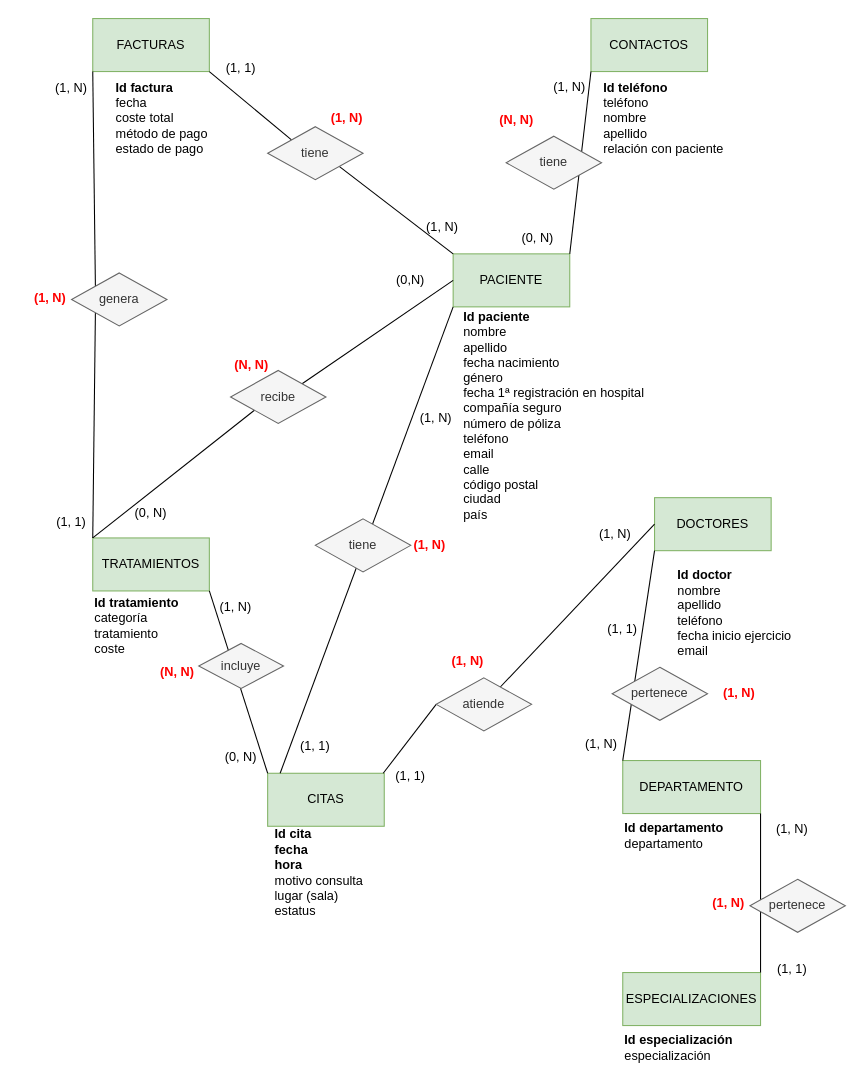
mocihu-source/CIFO-laVioleta-SQL-BBDD keeps this draw.io diagram as Proyecto/Hospital management.drawio. Above is the earlier version. Source tidied: cells renumbered, new cells numbered last; positions are measured from the earlier drawing's top-left corner, leaving out a move shared by most shapes. Both pictures are drawn from the tidied source at 106%, with x=0, y=0 at pixel (18, 18).
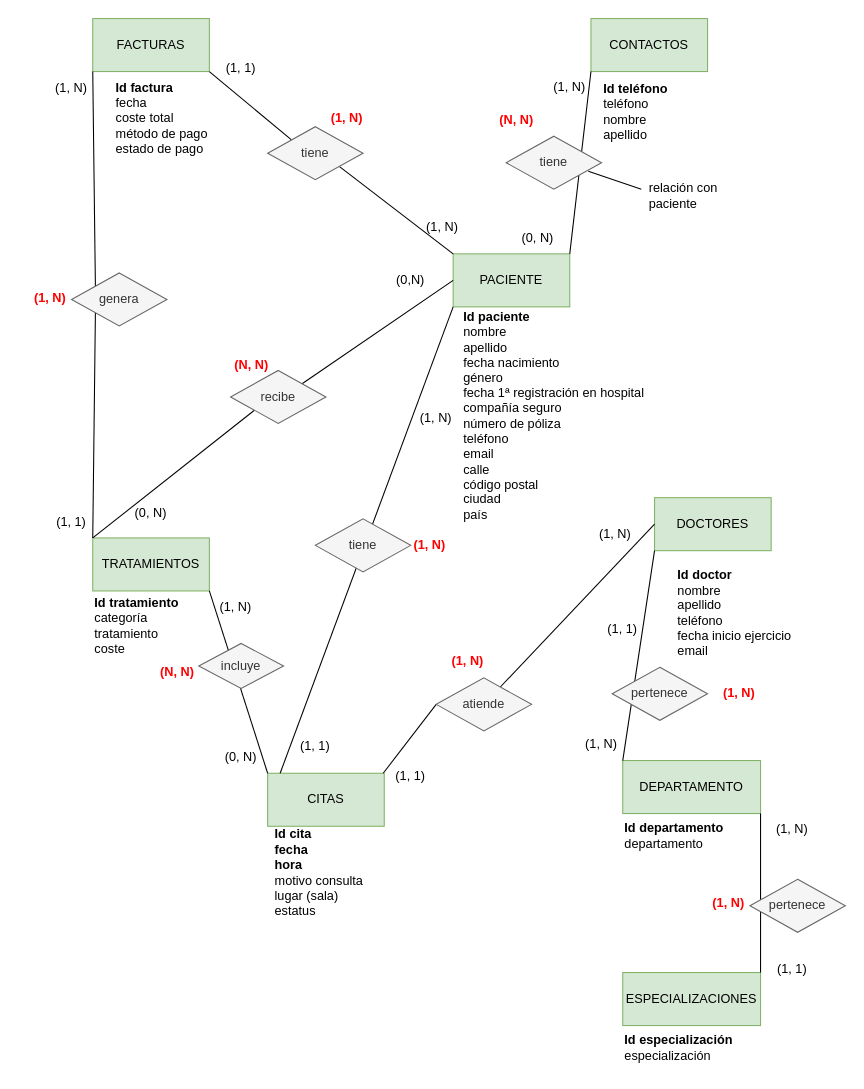
After the change.

Diff of the diagram source:
```diff
@@
-    <mxCell id="15" value="&lt;b&gt;Id teléfono&lt;/b&gt;&lt;div&gt;teléfono&amp;nbsp;&lt;/div&gt;&lt;div&gt;nombre&lt;/div&gt;&lt;div&gt;apellido&lt;/div&gt;&lt;div&gt;relación con paciente&lt;/div&gt;" style="text;html=1;whiteSpace=wrap;strokeColor=none;fillColor=none;align=left;verticalAlign=middle;rounded=0;" parent="1" vertex="1">
-      <mxGeometry x="550" y="56.2" width="160" height="75" as="geometry" />
+    <mxCell id="15" value="&lt;b&gt;Id teléfono&lt;/b&gt;&lt;div&gt;teléfono&amp;nbsp;&lt;/div&gt;&lt;div&gt;nombre&lt;/div&gt;&lt;div&gt;apellido&lt;/div&gt;" style="text;html=1;whiteSpace=wrap;strokeColor=none;fillColor=none;align=left;verticalAlign=middle;rounded=0;" parent="1" vertex="1">
+      <mxGeometry x="550" y="50" width="160" height="75" as="geometry" />
     </mxCell>
@@
+    <mxCell id="68" style="endArrow=none;html=1;rounded=0;defaultLabelBackgroundColor=page;" parent="1" edge="1">
+      <mxGeometry relative="1" as="geometry">
+        <mxPoint x="537.5" y="144" as="sourcePoint" />
+        <mxPoint x="587.5" y="161" as="targetPoint" />
+      </mxGeometry>
+    </mxCell>
+    <mxCell id="69" value="&lt;span style=&quot;&quot;&gt;relación con paciente&lt;/span&gt;" style="text;html=1;whiteSpace=wrap;strokeColor=none;fillColor=none;align=left;verticalAlign=middle;rounded=0;" parent="1" vertex="1">
+      <mxGeometry x="592.5" y="152" width="100" height="30" as="geometry" />
+    </mxCell>
```
